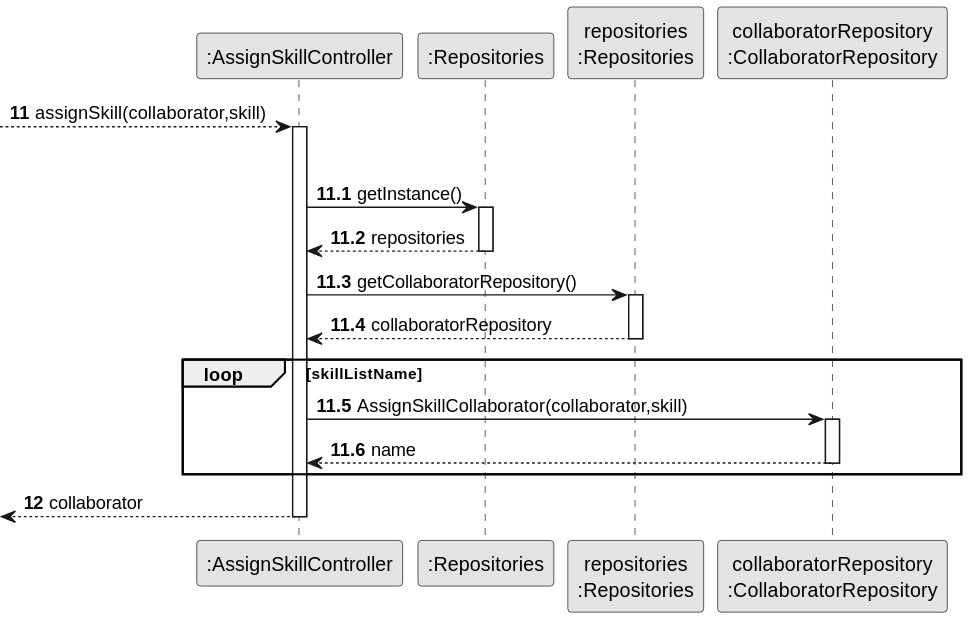
The PlantUML diagram docs/sprint2/us04/03.design/svg/us04-sequence-diagram-get_AssignSkillCollaborator.svg in Departamento-de-Engenharia-Informatica/lei-24-s2-1db-g022, before a commit. Its diagram source:
```plantuml
@startuml
skinparam monochrome true
skinparam packageStyle rectangle
skinparam shadowing false

participant ":AssignSkillController" as CRL
participant ":Repositories" as REP
participant "repositories\n:Repositories" as PLAT
participant "collaboratorRepository\n:CollaboratorRepository" as CL

autonumber 11
--> CRL: assignSkill(collaborator,skill)

autonumber 11.1

activate CRL
group Assign Skill Collaborator

CRL -> REP : getInstance()
activate REP

REP --> CRL : repositories

deactivate REP

CRL -> PLAT : getCollaboratorRepository()
activate PLAT

PLAT --> CRL : collaboratorRepository

deactivate PLAT
loop skillListName
CRL -> CL : AssignSkillCollaborator(collaborator,skill)
activate CL
CL--> CRL : name
deactivate CL

end
autonumber 12

<--CRL : collaborator
deactivate CRL
@enduml
```
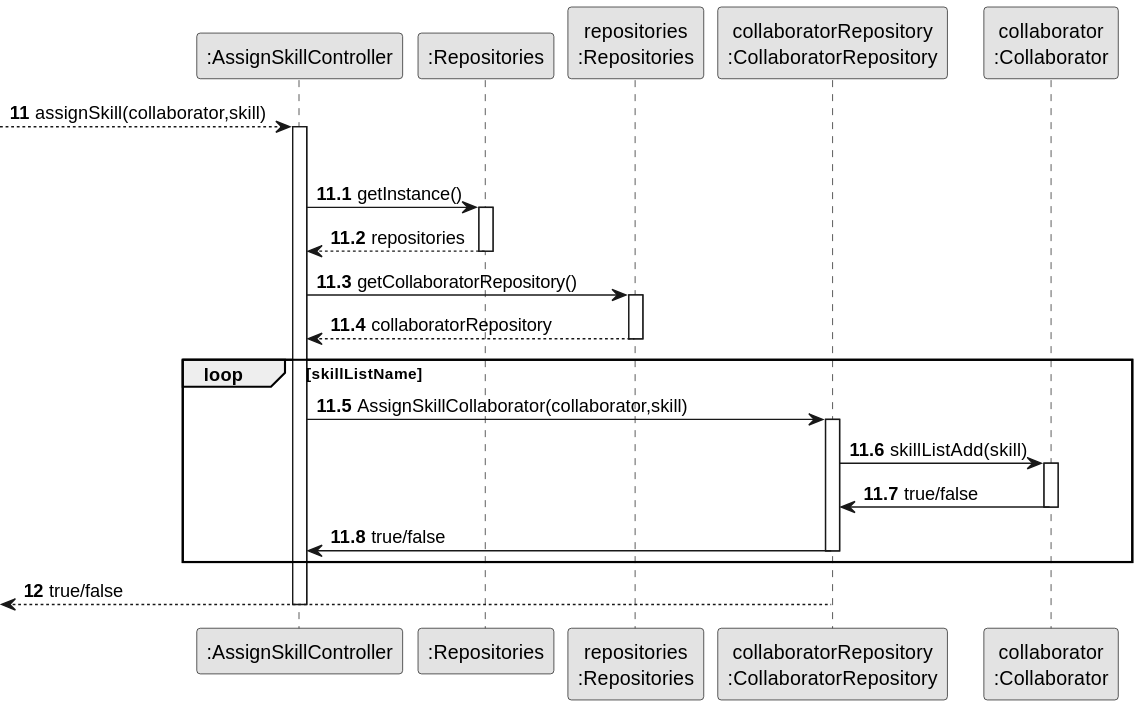
The same diagram one commit later.

Commit message:
US04 and US08 class diagram and sequence diagram correction

Change to the diagram source:
```diff
@@ -7,7 +7,7 @@
 participant ":Repositories" as REP
 participant "repositories\n:Repositories" as PLAT
 participant "collaboratorRepository\n:CollaboratorRepository" as CL
-
+participant "collaborator\n:Collaborator" as collb
 autonumber 11
 --> CRL: assignSkill(collaborator,skill)
 
@@ -32,12 +32,19 @@
 loop skillListName
 CRL -> CL : AssignSkillCollaborator(collaborator,skill)
 activate CL
-CL--> CRL : name
+CL -> collb : skillListAdd(skill)
+activate collb
+
+collb -> CL : true/false
+deactivate collb
+
+CL -> CRL : true/false
+
 deactivate CL
 
 end
 autonumber 12
 
-<--CRL : collaborator
+<--CL : true/false
 deactivate CRL
 @enduml
```
